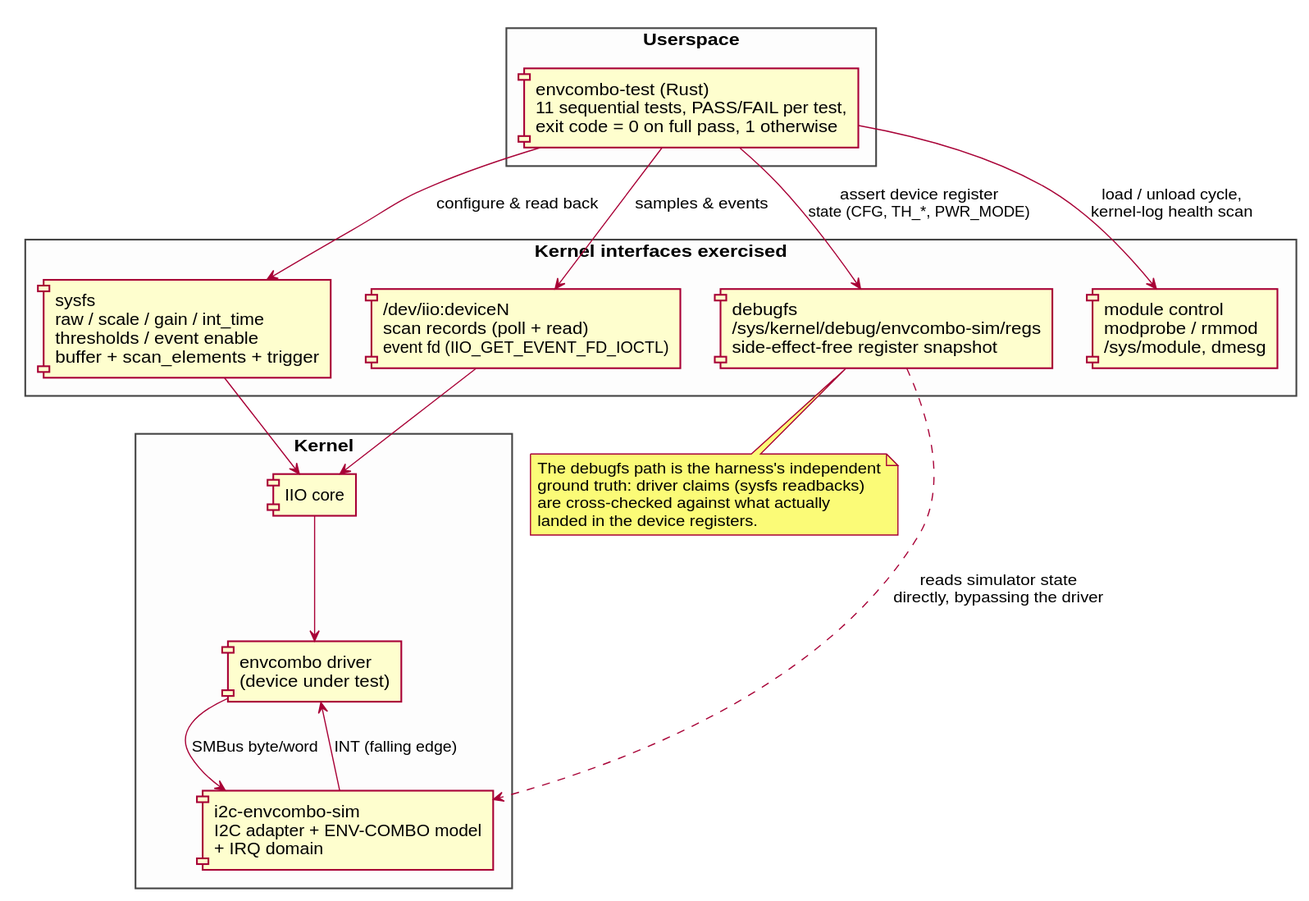
Before: docs/diagrams/svg/test-stack.svg, a diagram exported from PlantUML (giltabibian/NanitComboSensor). The source it was exported from:
```plantuml
@startuml test-stack
skinparam componentStyle rectangle
skinparam shadowing false
skinparam defaultFontName Helvetica
skinparam rectangle {
  BackgroundColor #FDFDFD
  BorderColor #444444
}

rectangle "Userspace" as US {
  component "envcombo-test (Rust)\n11 sequential tests, PASS/FAIL per test,\nexit code = 0 on full pass, 1 otherwise" as TEST
}

rectangle "Kernel interfaces exercised" as IF {
  component "sysfs\nraw / scale / gain / int_time\nthresholds / event enable\nbuffer + scan_elements + trigger" as SYSFS
  component "/dev/iio:deviceN\nscan records (poll + read)\nevent fd (IIO_GET_EVENT_FD_IOCTL)" as CHRDEV
  component "debugfs\n/sys/kernel/debug/envcombo-sim/regs\nside-effect-free register snapshot" as DBGFS
  component "module control\nmodprobe / rmmod\n/sys/module, dmesg" as MOD
}

rectangle "Kernel" as K {
  component "IIO core" as IIO
  component "envcombo driver\n(device under test)" as DRV
  component "i2c-envcombo-sim\nI2C adapter + ENV-COMBO model\n+ IRQ domain" as SIM
}

TEST --> SYSFS : configure & read back
TEST --> CHRDEV : samples & events
TEST --> DBGFS : assert device register\nstate (CFG, TH_*, PWR_MODE)
TEST --> MOD : load / unload cycle,\nkernel-log health scan

SYSFS --> IIO
CHRDEV --> IIO
IIO --> DRV
DRV --> SIM : SMBus byte/word
SIM --> DRV : INT (falling edge)
DBGFS ..> SIM : reads simulator state\ndirectly, bypassing the driver

note bottom of DBGFS
  The debugfs path is the harness's independent
  ground truth: driver claims (sysfs readbacks)
  are cross-checked against what actually
  landed in the device registers.
end note
@enduml
```
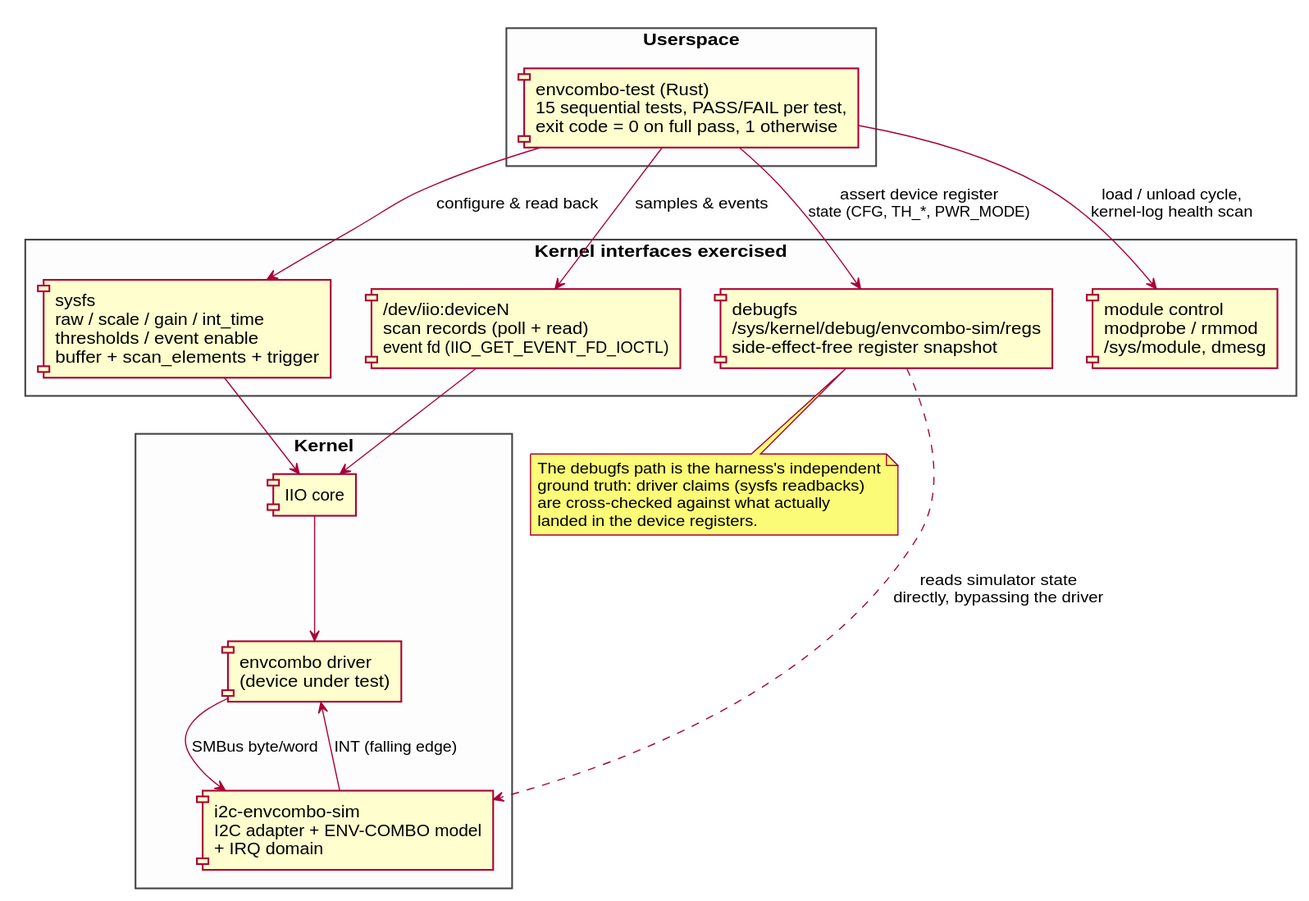
Above is the later version.

Change to the diagram source:
```diff
@@ -8,7 +8,7 @@
 }
 
 rectangle "Userspace" as US {
-  component "envcombo-test (Rust)\n11 sequential tests, PASS/FAIL per test,\nexit code = 0 on full pass, 1 otherwise" as TEST
+  component "envcombo-test (Rust)\n15 sequential tests, PASS/FAIL per test,\nexit code = 0 on full pass, 1 otherwise" as TEST
 }
 
 rectangle "Kernel interfaces exercised" as IF {
```
